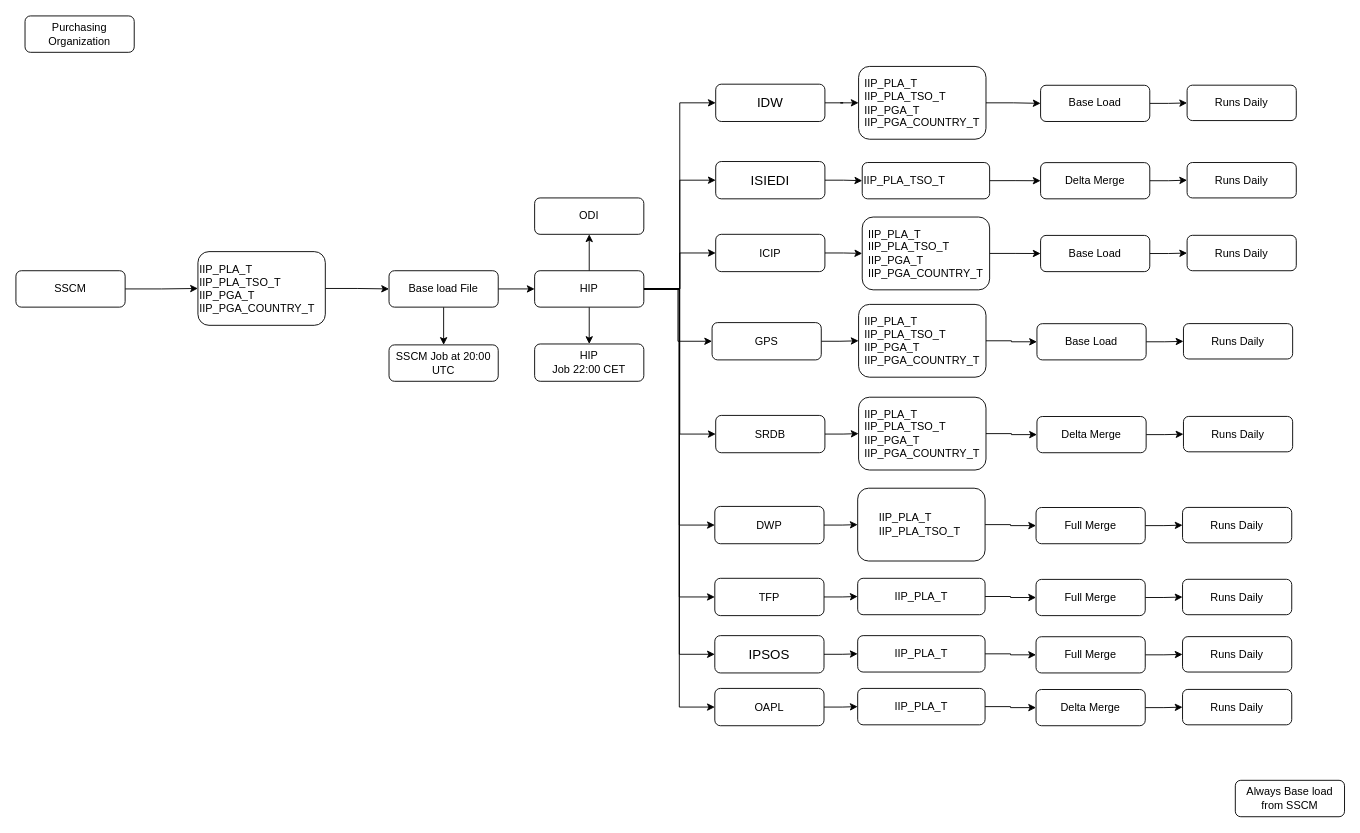
nselangovan/powerofdata keeps this draw.io diagram as page "Purchasing Organization" (3 of 6) of quality inspection flow.drawio. Above is the earlier version. Source tidied: cells renumbered, new cells numbered last; positions are measured from the earlier drawing's top-left corner, leaving out a move shared by most shapes. Both pictures are drawn from the tidied source at 91%, with x=0, y=0 at pixel (15, 15).
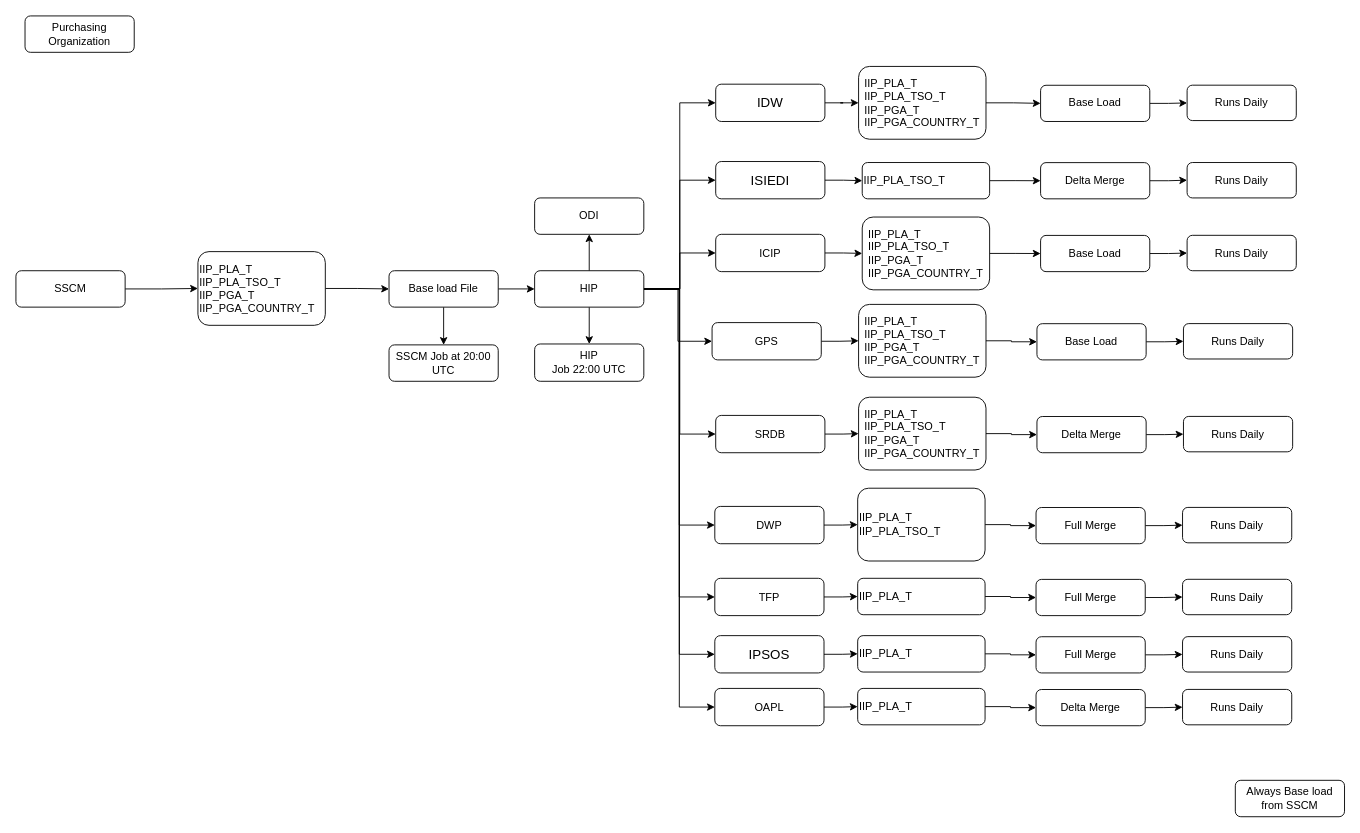
Above is the later version.

The edit, as a diff of the source:
```diff
@@
-    <mxCell id="26" value="HIP&lt;br&gt;Job 22:00 CET" style="whiteSpace=wrap;html=1;rounded=1;" parent="1" vertex="1">
+    <mxCell id="26" value="HIP&lt;br&gt;Job 22:00 UTC" style="whiteSpace=wrap;html=1;rounded=1;" parent="1" vertex="1">
       <mxGeometry x="570" y="360.5" width="120" height="41" as="geometry" />
     </mxCell>
@@
-    <mxCell id="64" value="&lt;div style=&quot;text-align: left;&quot;&gt;IIP_PLA_T&lt;/div&gt;&lt;div style=&quot;text-align: left;&quot;&gt;IIP_PLA_TSO_T&amp;nbsp;&lt;/div&gt;" style="whiteSpace=wrap;html=1;rounded=1;" parent="1" vertex="1">
+    <mxCell id="64" value="&lt;div style=&quot;&quot;&gt;IIP_PLA_T&lt;/div&gt;&lt;div style=&quot;&quot;&gt;IIP_PLA_TSO_T&amp;nbsp;&lt;/div&gt;" style="whiteSpace=wrap;html=1;rounded=1;align=left;" parent="1" vertex="1">
       <mxGeometry x="925" y="519" width="140" height="80" as="geometry" />
     </mxCell>
@@
-    <mxCell id="71" value="&lt;div style=&quot;text-align: left;&quot;&gt;IIP_PLA_T&lt;br&gt;&lt;/div&gt;" style="whiteSpace=wrap;html=1;rounded=1;" parent="1" vertex="1">
+    <mxCell id="71" value="&lt;div style=&quot;&quot;&gt;IIP_PLA_T&lt;br&gt;&lt;/div&gt;" style="whiteSpace=wrap;html=1;rounded=1;align=left;" parent="1" vertex="1">
       <mxGeometry x="925" y="618" width="140" height="40" as="geometry" />
     </mxCell>
@@
-    <mxCell id="78" value="&lt;div style=&quot;text-align: left;&quot;&gt;IIP_PLA_T&lt;br&gt;&lt;/div&gt;" style="whiteSpace=wrap;html=1;rounded=1;" parent="1" vertex="1">
+    <mxCell id="78" value="&lt;div style=&quot;&quot;&gt;IIP_PLA_T&lt;br&gt;&lt;/div&gt;" style="whiteSpace=wrap;html=1;rounded=1;align=left;" parent="1" vertex="1">
       <mxGeometry x="925" y="681" width="140" height="40" as="geometry" />
     </mxCell>
@@
-    <mxCell id="85" value="&lt;div style=&quot;text-align: left;&quot;&gt;IIP_PLA_T&lt;br&gt;&lt;/div&gt;" style="whiteSpace=wrap;html=1;rounded=1;" parent="1" vertex="1">
+    <mxCell id="85" value="&lt;div style=&quot;&quot;&gt;IIP_PLA_T&lt;br&gt;&lt;/div&gt;" style="whiteSpace=wrap;html=1;rounded=1;align=left;" parent="1" vertex="1">
       <mxGeometry x="925" y="739" width="140" height="40" as="geometry" />
     </mxCell>
```
